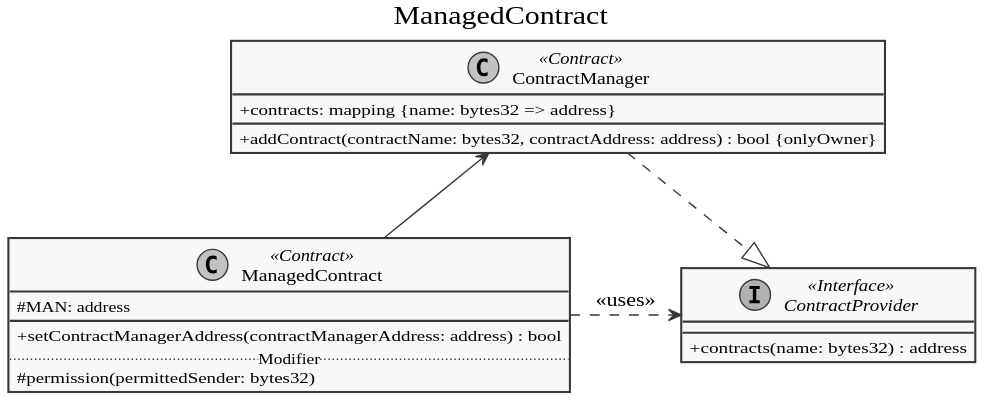
dev-tee/blockpass keeps this PlantUML diagram as doc/diagrams/export/contracts/managedcontract.svg. Above is the earlier version.
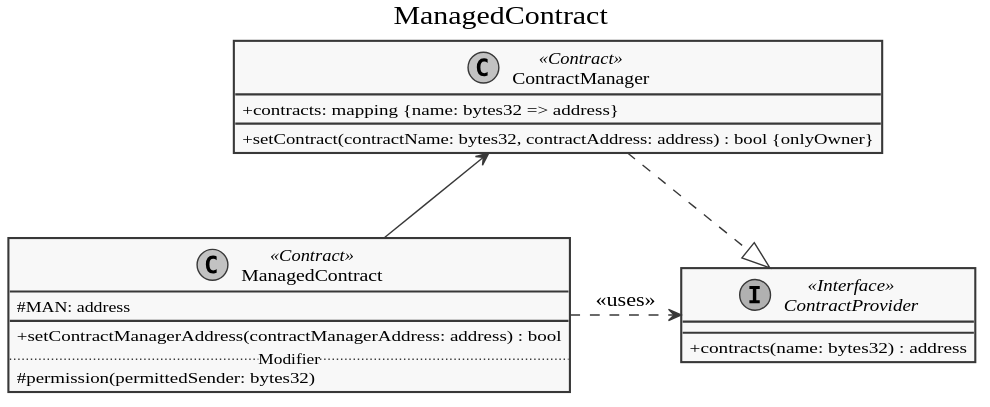
The same file after the commit.

What changed in the source:
```diff
@@ -34,7 +34,7 @@
 
 class ContractManager << Contract >> {
   +contracts: mapping {name: bytes32 => address}
-  +addContract(contractName: bytes32, contractAddress: address) : bool {onlyOwner}
+  +setContract(contractName: bytes32, contractAddress: address) : bool {onlyOwner}
 }
 
 ContractManager -up-|> Owned
```
